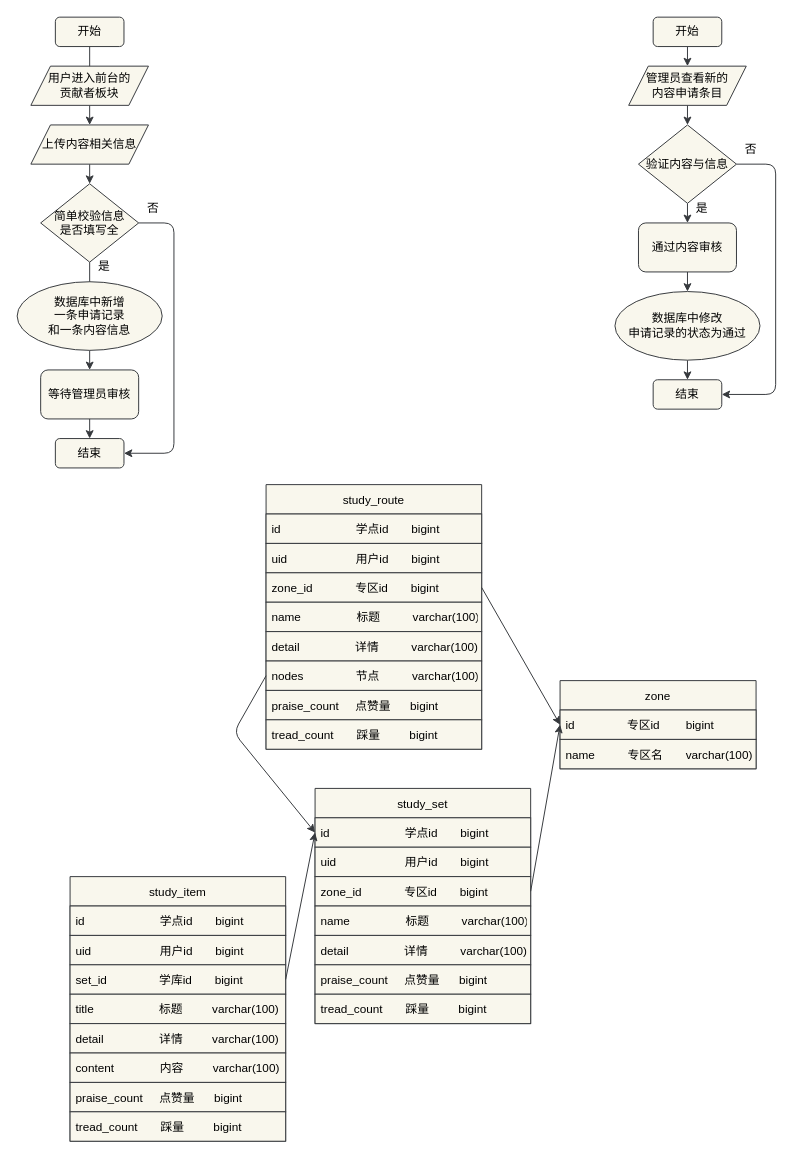
This is page "第 11 页" (10 of 12) of a.dio from z-juln/it-community, a draw.io file, before an edit. Source tidied: cells renumbered, new cells numbered last; positions are measured from the earlier drawing's top-left corner, leaving out a move shared by most shapes. Both pictures are drawn from the tidied source at 98%, with x=0, y=0 at pixel (17, 17).
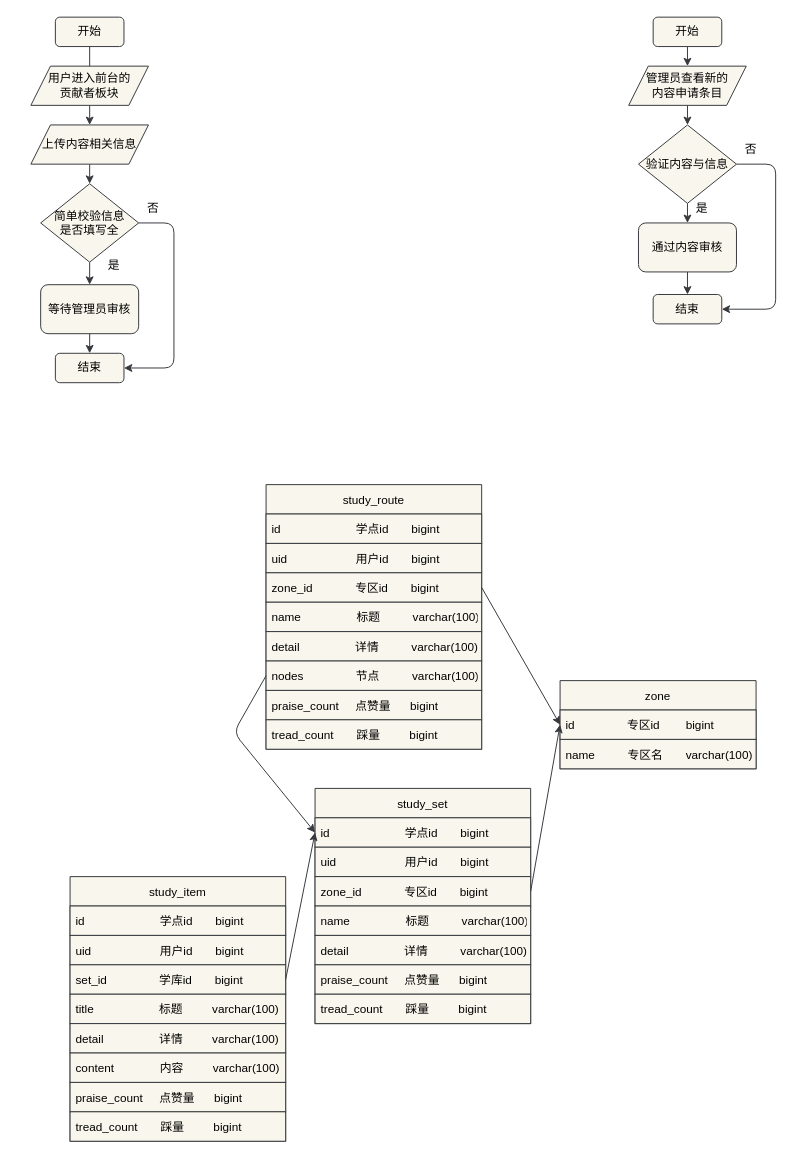
After the change.

The change refers to these unchanged cells:
```xml
<mxCell id="45" value="简单校验信息&lt;br&gt;是否填写全" style="rhombus;whiteSpace=wrap;html=1;fillColor=#f9f7ed;strokeColor=#36393d;fontColor=#000000;" parent="1" vertex="1">
  <mxGeometry x="24" y="170" width="100" height="80" as="geometry" />
</mxCell>
<mxCell id="56" value="通过内容审核" style="rounded=1;whiteSpace=wrap;html=1;fillColor=#f9f7ed;strokeColor=#36393d;fontColor=#000000;" parent="1" vertex="1">
  <mxGeometry x="634" y="210" width="100" height="50" as="geometry" />
</mxCell>
<mxCell id="58" value="验证内容与信息" style="rhombus;whiteSpace=wrap;html=1;fillColor=#f9f7ed;strokeColor=#36393d;fontColor=#000000;" parent="1" vertex="1">
  <mxGeometry x="634" y="110" width="100" height="80" as="geometry" />
</mxCell>
```

What changed in the source:
```diff
@@
     <mxCell id="37" value="结束" style="rounded=1;whiteSpace=wrap;html=1;fillColor=#f9f7ed;strokeColor=#36393d;fontColor=#000000;" parent="1" vertex="1">
-      <mxGeometry x="39" y="430" width="70" height="30" as="geometry" />
+      <mxGeometry x="39" y="343" width="70" height="30" as="geometry" />
     </mxCell>
     <mxCell id="38" style="edgeStyle=none;html=1;exitX=1;exitY=0.5;exitDx=0;exitDy=0;entryX=1;entryY=0.5;entryDx=0;entryDy=0;fillColor=#f9f7ed;strokeColor=#36393d;fontColor=#000000;" parent="1" edge="1" source="45" target="37">
       <mxGeometry relative="1" as="geometry">
         <Array as="points">
           <mxPoint x="160" y="210" />
-          <mxPoint x="160" y="445" />
+          <mxPoint x="160" y="358" />
         </Array>
       </mxGeometry>
     </mxCell>
-    <mxCell id="39" style="edgeStyle=none;html=1;entryX=0.5;entryY=0;entryDx=0;entryDy=0;exitX=0.5;exitY=1;exitDx=0;exitDy=0;startArrow=none;fillColor=#f9f7ed;strokeColor=#36393d;fontColor=#000000;" parent="1" edge="1" source="60" target="42">
+    <mxCell id="39" style="edgeStyle=none;html=1;entryX=0.5;entryY=0;entryDx=0;entryDy=0;startArrow=none;fillColor=#f9f7ed;strokeColor=#36393d;fontColor=#000000;" parent="1" edge="1" source="45" target="42">
       <mxGeometry relative="1" as="geometry" />
     </mxCell>
@@
     <mxCell id="41" value="是" style="text;html=1;strokeColor=none;fillColor=none;align=center;verticalAlign=middle;whiteSpace=wrap;rounded=0;fontColor=#000000;" parent="1" vertex="1">
-      <mxGeometry x="69" y="240" width="40" height="30" as="geometry" />
+      <mxGeometry x="79" y="238" width="40" height="30" as="geometry" />
     </mxCell>
     <mxCell id="42" value="等待管理员审核" style="rounded=1;whiteSpace=wrap;html=1;fillColor=#f9f7ed;strokeColor=#36393d;fontColor=#000000;" parent="1" vertex="1">
-      <mxGeometry x="24" y="360" width="100" height="50" as="geometry" />
+      <mxGeometry x="24" y="273" width="100" height="50" as="geometry" />
     </mxCell>
@@
     <mxCell id="49" value="结束" style="rounded=1;whiteSpace=wrap;html=1;fillColor=#f9f7ed;strokeColor=#36393d;fontColor=#000000;" parent="1" vertex="1">
-      <mxGeometry x="649" y="370" width="70" height="30" as="geometry" />
+      <mxGeometry x="649" y="283" width="70" height="30" as="geometry" />
     </mxCell>
     <mxCell id="50" style="edgeStyle=none;html=1;entryX=1;entryY=0.5;entryDx=0;entryDy=0;exitX=1;exitY=0.5;exitDx=0;exitDy=0;fillColor=#f9f7ed;strokeColor=#36393d;fontColor=#000000;" parent="1" edge="1" source="58" target="49">
       <mxGeometry relative="1" as="geometry">
         <Array as="points">
           <mxPoint x="774" y="150" />
-          <mxPoint x="774" y="385" />
+          <mxPoint x="774" y="298" />
         </Array>
       </mxGeometry>
     </mxCell>
@@
-    <mxCell id="54" style="edgeStyle=none;html=1;startArrow=none;entryX=0.5;entryY=0;entryDx=0;entryDy=0;fillColor=#f9f7ed;strokeColor=#36393d;fontColor=#000000;" parent="1" edge="1" source="64" target="49">
-      <mxGeometry relative="1" as="geometry" />
-    </mxCell>
-    <mxCell id="55" style="edgeStyle=none;html=1;entryX=0.5;entryY=0;entryDx=0;entryDy=0;fillColor=#f9f7ed;strokeColor=#36393d;fontColor=#000000;" parent="1" edge="1" source="56" target="64">
+    <mxCell id="55" style="edgeStyle=none;html=1;entryX=0.5;entryY=0;entryDx=0;entryDy=0;fillColor=#f9f7ed;strokeColor=#36393d;fontColor=#000000;" parent="1" edge="1" source="56" target="49">
       <mxGeometry relative="1" as="geometry" />
     </mxCell>
@@
-    <mxCell id="60" value="数据库中新增&lt;br&gt;一条申请记录&lt;br&gt;和一条内容信息" style="ellipse;whiteSpace=wrap;html=1;fillColor=#f9f7ed;strokeColor=#36393d;fontColor=#000000;" parent="1" vertex="1">
-      <mxGeometry y="270" width="148" height="70" as="geometry" />
-    </mxCell>
-    <mxCell id="61" style="edgeStyle=none;html=1;entryX=0.5;entryY=0;entryDx=0;entryDy=0;exitX=0.5;exitY=1;exitDx=0;exitDy=0;endArrow=none;fillColor=#f9f7ed;strokeColor=#36393d;fontColor=#000000;" parent="1" edge="1" source="45" target="60">
-      <mxGeometry relative="1" as="geometry" />
-    </mxCell>
@@
-    <mxCell id="64" value="数据库中修改&lt;br&gt;申请记录的状态为通过" style="ellipse;whiteSpace=wrap;html=1;fillColor=#f9f7ed;strokeColor=#36393d;fontColor=#000000;" parent="1" vertex="1">
-      <mxGeometry x="610" y="280" width="148" height="70" as="geometry" />
-    </mxCell>
```
